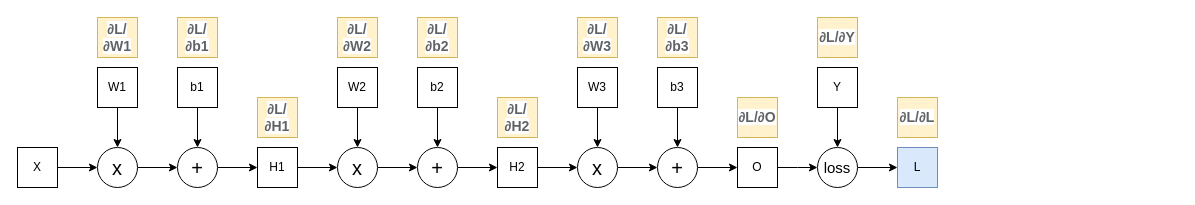
Above: mlp-with-loss-vectorization.drawio in lsc4719/MyViewOfComputationalGraphs (draw.io), before the change. Source tidied: cells renumbered, new cells numbered last; positions are measured from the earlier drawing's top-left corner, leaving out a move shared by most shapes. Both pictures are drawn from the tidied source at 100%, with x=0, y=0 at pixel (17, 17).
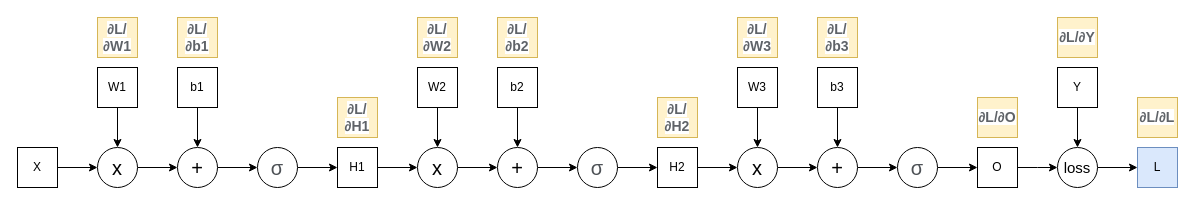
The same diagram, later.

Unchanged cells that the change refers to:
```xml
<mxCell id="11" value="+" style="ellipse;whiteSpace=wrap;html=1;fontSize=20;" parent="1" vertex="1">
  <mxGeometry x="160" y="130" width="40" height="40" as="geometry" />
</mxCell>
```

What changed in the source:
```diff
@@
-    <mxCell id="10" style="edgeStyle=orthogonalEdgeStyle;rounded=0;jettySize=auto;html=1;" parent="1" edge="1" source="11" target="13">
+    <mxCell id="10" style="edgeStyle=orthogonalEdgeStyle;rounded=0;jettySize=auto;html=1;entryX=0;entryY=0.5;entryDx=0;entryDy=0;" parent="1" edge="1" source="11" target="51">
       <mxGeometry relative="1" as="geometry" />
     </mxCell>
@@
     <mxCell id="13" value="H1" style="whiteSpace=wrap;html=1;" parent="1" vertex="1">
-      <mxGeometry x="240" y="130" width="40" height="40" as="geometry" />
+      <mxGeometry x="320" y="130" width="40" height="40" as="geometry" />
     </mxCell>
@@
     <mxCell id="15" value="x" style="ellipse;whiteSpace=wrap;html=1;fontSize=20;" parent="1" vertex="1">
-      <mxGeometry x="320" y="130" width="40" height="40" as="geometry" />
+      <mxGeometry x="400" y="130" width="40" height="40" as="geometry" />
     </mxCell>
@@
     <mxCell id="17" value="W2" style="whiteSpace=wrap;html=1;" parent="1" vertex="1">
-      <mxGeometry x="320" y="50" width="40" height="40" as="geometry" />
+      <mxGeometry x="400" y="50" width="40" height="40" as="geometry" />
     </mxCell>
@@
     <mxCell id="19" value="b2" style="whiteSpace=wrap;html=1;" parent="1" vertex="1">
-      <mxGeometry x="400" y="50" width="40" height="40" as="geometry" />
+      <mxGeometry x="480" y="50" width="40" height="40" as="geometry" />
     </mxCell>
-    <mxCell id="20" style="edgeStyle=orthogonalEdgeStyle;rounded=0;jettySize=auto;html=1;" parent="1" edge="1" source="21" target="23">
+    <mxCell id="20" style="edgeStyle=orthogonalEdgeStyle;rounded=0;jettySize=auto;html=1;entryX=0;entryY=0.5;entryDx=0;entryDy=0;" parent="1" edge="1" source="21" target="53">
       <mxGeometry relative="1" as="geometry" />
     </mxCell>
     <mxCell id="21" value="+" style="ellipse;whiteSpace=wrap;html=1;fontSize=20;" parent="1" vertex="1">
-      <mxGeometry x="400" y="130" width="40" height="40" as="geometry" />
+      <mxGeometry x="480" y="130" width="40" height="40" as="geometry" />
     </mxCell>
@@
     <mxCell id="23" value="H2" style="whiteSpace=wrap;html=1;" parent="1" vertex="1">
-      <mxGeometry x="480" y="130" width="40" height="40" as="geometry" />
+      <mxGeometry x="640" y="130" width="40" height="40" as="geometry" />
     </mxCell>
@@
     <mxCell id="25" value="x" style="ellipse;whiteSpace=wrap;html=1;fontSize=20;" parent="1" vertex="1">
-      <mxGeometry x="560" y="130" width="40" height="40" as="geometry" />
+      <mxGeometry x="720" y="130" width="40" height="40" as="geometry" />
     </mxCell>
@@
     <mxCell id="27" value="W3" style="whiteSpace=wrap;html=1;" parent="1" vertex="1">
-      <mxGeometry x="560" y="50" width="40" height="40" as="geometry" />
+      <mxGeometry x="720" y="50" width="40" height="40" as="geometry" />
     </mxCell>
@@
     <mxCell id="29" value="b3" style="whiteSpace=wrap;html=1;" parent="1" vertex="1">
-      <mxGeometry x="640" y="50" width="40" height="40" as="geometry" />
+      <mxGeometry x="800" y="50" width="40" height="40" as="geometry" />
     </mxCell>
-    <mxCell id="30" style="edgeStyle=orthogonalEdgeStyle;rounded=0;jettySize=auto;html=1;" parent="1" edge="1" source="31" target="33">
+    <mxCell id="30" style="edgeStyle=orthogonalEdgeStyle;rounded=0;jettySize=auto;html=1;entryX=0;entryY=0.5;entryDx=0;entryDy=0;" parent="1" edge="1" source="31" target="55">
       <mxGeometry relative="1" as="geometry" />
     </mxCell>
     <mxCell id="31" value="+" style="ellipse;whiteSpace=wrap;html=1;fontSize=20;" parent="1" vertex="1">
-      <mxGeometry x="640" y="130" width="40" height="40" as="geometry" />
+      <mxGeometry x="800" y="130" width="40" height="40" as="geometry" />
     </mxCell>
     <mxCell id="32" style="edgeStyle=orthogonalEdgeStyle;rounded=0;jettySize=auto;html=1;entryX=0;entryY=0.5;entryDx=0;entryDy=0;" parent="1" edge="1" source="33">
       <mxGeometry relative="1" as="geometry">
-        <mxPoint x="800" y="150" as="targetPoint" />
+        <mxPoint x="1040" y="150" as="targetPoint" />
       </mxGeometry>
     </mxCell>
     <mxCell id="33" value="O" style="whiteSpace=wrap;html=1;" parent="1" vertex="1">
-      <mxGeometry x="720" y="130" width="40" height="40" as="geometry" />
+      <mxGeometry x="960" y="130" width="40" height="40" as="geometry" />
     </mxCell>
@@
     <mxCell id="36" value="&lt;span style=&quot;font-weight: bold; color: rgb(95, 99, 104); font-family: &amp;quot;Apple SD Gothic Neo&amp;quot;, arial, sans-serif; font-size: 14px; text-align: left; background-color: rgb(255, 255, 255);&quot;&gt;∂L/&lt;/span&gt;&lt;span style=&quot;font-weight: bold; color: rgb(95, 99, 104); font-family: &amp;quot;Apple SD Gothic Neo&amp;quot;, arial, sans-serif; font-size: 14px; text-align: left; background-color: rgb(255, 255, 255);&quot;&gt;∂H1&lt;/span&gt;" style="whiteSpace=wrap;html=1;fillColor=#fff2cc;strokeColor=#d6b656;" parent="1" vertex="1">
-      <mxGeometry x="240" y="80" width="40" height="40" as="geometry" />
+      <mxGeometry x="320" y="80" width="40" height="40" as="geometry" />
     </mxCell>
     <mxCell id="37" value="&lt;span style=&quot;font-weight: bold; color: rgb(95, 99, 104); font-family: &amp;quot;Apple SD Gothic Neo&amp;quot;, arial, sans-serif; font-size: 14px; text-align: left; background-color: rgb(255, 255, 255);&quot;&gt;∂L/&lt;/span&gt;&lt;span style=&quot;font-weight: bold; color: rgb(95, 99, 104); font-family: &amp;quot;Apple SD Gothic Neo&amp;quot;, arial, sans-serif; font-size: 14px; text-align: left; background-color: rgb(255, 255, 255);&quot;&gt;∂W2&lt;/span&gt;" style="whiteSpace=wrap;html=1;fillColor=#fff2cc;strokeColor=#d6b656;" parent="1" vertex="1">
-      <mxGeometry x="320" width="40" height="40" as="geometry" />
+      <mxGeometry x="400" width="40" height="40" as="geometry" />
     </mxCell>
     <mxCell id="38" value="&lt;span style=&quot;font-weight: bold; color: rgb(95, 99, 104); font-family: &amp;quot;Apple SD Gothic Neo&amp;quot;, arial, sans-serif; font-size: 14px; text-align: left; background-color: rgb(255, 255, 255);&quot;&gt;∂L/&lt;/span&gt;&lt;span style=&quot;font-weight: bold; color: rgb(95, 99, 104); font-family: &amp;quot;Apple SD Gothic Neo&amp;quot;, arial, sans-serif; font-size: 14px; text-align: left; background-color: rgb(255, 255, 255);&quot;&gt;∂b2&lt;/span&gt;" style="whiteSpace=wrap;html=1;fillColor=#fff2cc;strokeColor=#d6b656;" parent="1" vertex="1">
-      <mxGeometry x="400" width="40" height="40" as="geometry" />
+      <mxGeometry x="480" width="40" height="40" as="geometry" />
     </mxCell>
     <mxCell id="39" value="&lt;span style=&quot;font-weight: bold; color: rgb(95, 99, 104); font-family: &amp;quot;Apple SD Gothic Neo&amp;quot;, arial, sans-serif; font-size: 14px; text-align: left; background-color: rgb(255, 255, 255);&quot;&gt;∂L/&lt;/span&gt;&lt;span style=&quot;font-weight: bold; color: rgb(95, 99, 104); font-family: &amp;quot;Apple SD Gothic Neo&amp;quot;, arial, sans-serif; font-size: 14px; text-align: left; background-color: rgb(255, 255, 255);&quot;&gt;∂H2&lt;/span&gt;" style="whiteSpace=wrap;html=1;fillColor=#fff2cc;strokeColor=#d6b656;" parent="1" vertex="1">
-      <mxGeometry x="480" y="80" width="40" height="40" as="geometry" />
+      <mxGeometry x="640" y="80" width="40" height="40" as="geometry" />
     </mxCell>
     <mxCell id="40" value="&lt;span style=&quot;font-weight: bold; color: rgb(95, 99, 104); font-family: &amp;quot;Apple SD Gothic Neo&amp;quot;, arial, sans-serif; font-size: 14px; text-align: left; background-color: rgb(255, 255, 255);&quot;&gt;∂L/&lt;/span&gt;&lt;span style=&quot;font-weight: bold; color: rgb(95, 99, 104); font-family: &amp;quot;Apple SD Gothic Neo&amp;quot;, arial, sans-serif; font-size: 14px; text-align: left; background-color: rgb(255, 255, 255);&quot;&gt;∂W3&lt;/span&gt;" style="whiteSpace=wrap;html=1;fillColor=#fff2cc;strokeColor=#d6b656;" parent="1" vertex="1">
-      <mxGeometry x="560" width="40" height="40" as="geometry" />
+      <mxGeometry x="720" width="40" height="40" as="geometry" />
     </mxCell>
     <mxCell id="41" value="&lt;span style=&quot;font-weight: bold; color: rgb(95, 99, 104); font-family: &amp;quot;Apple SD Gothic Neo&amp;quot;, arial, sans-serif; font-size: 14px; text-align: left; background-color: rgb(255, 255, 255);&quot;&gt;∂L/&lt;/span&gt;&lt;span style=&quot;font-weight: bold; color: rgb(95, 99, 104); font-family: &amp;quot;Apple SD Gothic Neo&amp;quot;, arial, sans-serif; font-size: 14px; text-align: left; background-color: rgb(255, 255, 255);&quot;&gt;∂b3&lt;/span&gt;" style="whiteSpace=wrap;html=1;fillColor=#fff2cc;strokeColor=#d6b656;" parent="1" vertex="1">
-      <mxGeometry x="640" width="40" height="40" as="geometry" />
+      <mxGeometry x="800" width="40" height="40" as="geometry" />
     </mxCell>
     <mxCell id="42" value="&lt;span style=&quot;font-weight: bold; color: rgb(95, 99, 104); font-family: &amp;quot;Apple SD Gothic Neo&amp;quot;, arial, sans-serif; font-size: 14px; text-align: left; background-color: rgb(255, 255, 255);&quot;&gt;∂L/&lt;/span&gt;&lt;span style=&quot;font-weight: bold; color: rgb(95, 99, 104); font-family: &amp;quot;Apple SD Gothic Neo&amp;quot;, arial, sans-serif; font-size: 14px; text-align: left; background-color: rgb(255, 255, 255);&quot;&gt;∂O&lt;/span&gt;" style="whiteSpace=wrap;html=1;fillColor=#fff2cc;strokeColor=#d6b656;" parent="1" vertex="1">
-      <mxGeometry x="720" y="80" width="40" height="40" as="geometry" />
+      <mxGeometry x="960" y="80" width="40" height="40" as="geometry" />
     </mxCell>
@@
     <mxCell id="44" value="&lt;font style=&quot;font-size: 15px;&quot;&gt;loss&lt;/font&gt;" style="ellipse;whiteSpace=wrap;html=1;fontSize=15;" parent="1" vertex="1">
-      <mxGeometry x="800" y="130" width="40" height="40" as="geometry" />
+      <mxGeometry x="1040" y="130" width="40" height="40" as="geometry" />
     </mxCell>
     <mxCell id="45" value="L" style="whiteSpace=wrap;html=1;fillColor=#dae8fc;strokeColor=#6c8ebf;" parent="1" vertex="1">
-      <mxGeometry x="880" y="130" width="40" height="40" as="geometry" />
+      <mxGeometry x="1120" y="130" width="40" height="40" as="geometry" />
     </mxCell>
@@
     <mxCell id="47" value="Y" style="whiteSpace=wrap;html=1;" parent="1" vertex="1">
-      <mxGeometry x="800" y="50" width="40" height="40" as="geometry" />
+      <mxGeometry x="1040" y="50" width="40" height="40" as="geometry" />
     </mxCell>
     <mxCell id="48" value="&lt;span style=&quot;font-weight: bold; color: rgb(95, 99, 104); font-family: &amp;quot;Apple SD Gothic Neo&amp;quot;, arial, sans-serif; font-size: 14px; text-align: left; background-color: rgb(255, 255, 255);&quot;&gt;∂L/&lt;/span&gt;&lt;span style=&quot;font-weight: bold; color: rgb(95, 99, 104); font-family: &amp;quot;Apple SD Gothic Neo&amp;quot;, arial, sans-serif; font-size: 14px; text-align: left; background-color: rgb(255, 255, 255);&quot;&gt;∂Y&lt;/span&gt;" style="whiteSpace=wrap;html=1;fillColor=#fff2cc;strokeColor=#d6b656;" parent="1" vertex="1">
-      <mxGeometry x="800" width="40" height="40" as="geometry" />
+      <mxGeometry x="1040" width="40" height="40" as="geometry" />
     </mxCell>
     <mxCell id="49" value="&lt;span style=&quot;font-weight: bold; color: rgb(95, 99, 104); font-family: &amp;quot;Apple SD Gothic Neo&amp;quot;, arial, sans-serif; font-size: 14px; text-align: left; background-color: rgb(255, 255, 255);&quot;&gt;∂L/&lt;/span&gt;&lt;span style=&quot;font-weight: bold; color: rgb(95, 99, 104); font-family: &amp;quot;Apple SD Gothic Neo&amp;quot;, arial, sans-serif; font-size: 14px; text-align: left; background-color: rgb(255, 255, 255);&quot;&gt;∂L&lt;/span&gt;" style="whiteSpace=wrap;html=1;fillColor=#fff2cc;strokeColor=#d6b656;" parent="1" vertex="1">
-      <mxGeometry x="880" y="80" width="40" height="40" as="geometry" />
+      <mxGeometry x="1120" y="80" width="40" height="40" as="geometry" />
     </mxCell>
+    <mxCell id="50" style="edgeStyle=orthogonalEdgeStyle;rounded=0;jettySize=auto;html=1;entryX=0;entryY=0.5;entryDx=0;entryDy=0;" parent="1" edge="1" source="51" target="13">
+      <mxGeometry relative="1" as="geometry" />
+    </mxCell>
+    <mxCell id="51" value="&lt;span style=&quot;color: rgb(77, 81, 86); font-family: &amp;quot;Apple SD Gothic Neo&amp;quot;, arial, sans-serif; text-align: left; background-color: rgb(255, 255, 255);&quot;&gt;&lt;font style=&quot;font-size: 20px;&quot;&gt;σ&lt;/font&gt;&lt;/span&gt;" style="ellipse;whiteSpace=wrap;html=1;fontSize=20;" parent="1" vertex="1">
+      <mxGeometry x="240" y="130" width="40" height="40" as="geometry" />
+    </mxCell>
+    <mxCell id="52" style="edgeStyle=orthogonalEdgeStyle;rounded=0;jettySize=auto;html=1;exitX=1;exitY=0.5;exitDx=0;exitDy=0;entryX=0;entryY=0.5;entryDx=0;entryDy=0;" parent="1" edge="1" source="53" target="23">
+      <mxGeometry relative="1" as="geometry" />
+    </mxCell>
+    <mxCell id="53" value="&lt;span style=&quot;color: rgb(77, 81, 86); font-family: &amp;quot;Apple SD Gothic Neo&amp;quot;, arial, sans-serif; text-align: left; background-color: rgb(255, 255, 255);&quot;&gt;&lt;font style=&quot;font-size: 20px;&quot;&gt;σ&lt;/font&gt;&lt;/span&gt;" style="ellipse;whiteSpace=wrap;html=1;fontSize=20;" parent="1" vertex="1">
+      <mxGeometry x="560" y="130" width="40" height="40" as="geometry" />
+    </mxCell>
+    <mxCell id="54" style="edgeStyle=orthogonalEdgeStyle;rounded=0;jettySize=auto;html=1;exitX=1;exitY=0.5;exitDx=0;exitDy=0;entryX=0;entryY=0.5;entryDx=0;entryDy=0;" parent="1" edge="1" source="55" target="33">
+      <mxGeometry relative="1" as="geometry" />
+    </mxCell>
+    <mxCell id="55" value="&lt;span style=&quot;color: rgb(77, 81, 86); font-family: &amp;quot;Apple SD Gothic Neo&amp;quot;, arial, sans-serif; text-align: left; background-color: rgb(255, 255, 255);&quot;&gt;&lt;font style=&quot;font-size: 20px;&quot;&gt;σ&lt;/font&gt;&lt;/span&gt;" style="ellipse;whiteSpace=wrap;html=1;fontSize=20;" parent="1" vertex="1">
+      <mxGeometry x="880" y="130" width="40" height="40" as="geometry" />
+    </mxCell>
```
